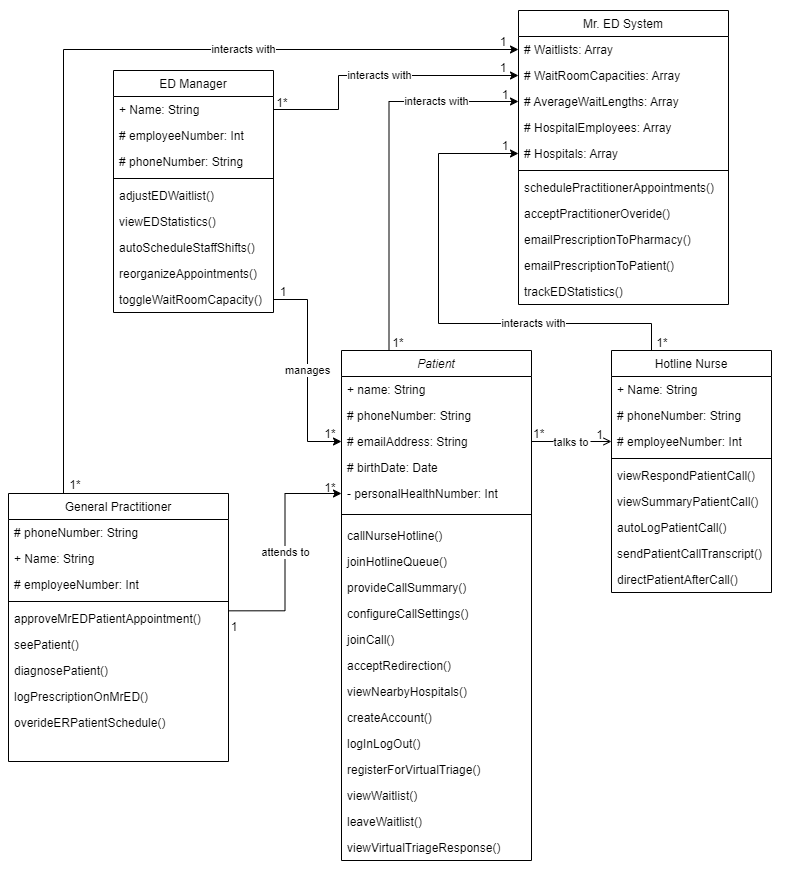
Earlier version of the draw.io export AmirWork/M2/Mister_ED_ClassDiagram.drawio.png (SENG-350-2024-fall/Team9). Source tidied: cells renumbered, new cells last; positions are measured from the earlier drawing's top-left corner, leaving out a move shared by most shapes.
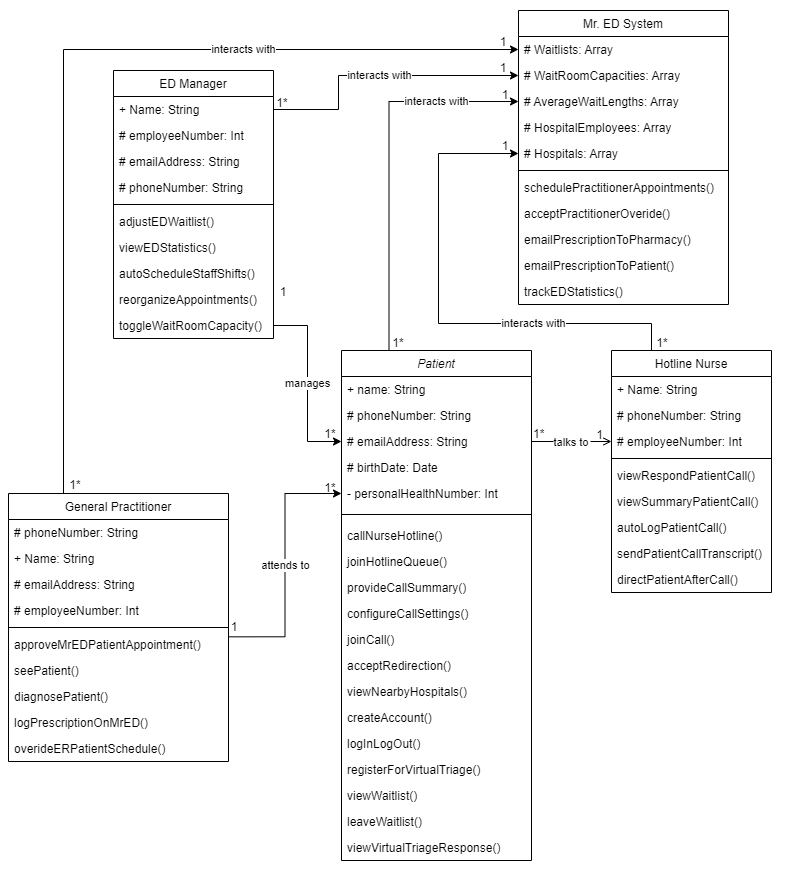
The same diagram one commit later.

What changed in the source:
```diff
@@ -79,7 +79,7 @@
       <mxGeometry y="484" width="190" height="26" as="geometry" />
     </mxCell>
     <mxCell id="26" value="ED Manager" style="swimlane;fontStyle=0;align=center;verticalAlign=top;horizontal=1;startSize=26;rounded=0;shadow=0;strokeWidth=1;" parent="1" vertex="1">
-      <mxGeometry x="113" y="70" width="160" height="242" as="geometry" />
+      <mxGeometry x="113" y="70" width="160" height="268" as="geometry" />
     </mxCell>
     <mxCell id="27" value="+ Name: String" style="text;align=left;verticalAlign=top;spacingLeft=4;spacingRight=4;overflow=hidden;points=[[0,0.5],[1,0.5]];portConstraint=eastwest;" parent="26" vertex="1">
       <mxGeometry y="26" width="160" height="26" as="geometry" />
@@ -87,26 +87,29 @@
     <mxCell id="28" value="# employeeNumber: Int" style="text;align=left;verticalAlign=top;spacingLeft=4;spacingRight=4;overflow=hidden;rounded=0;shadow=0;html=0;" parent="26" vertex="1">
       <mxGeometry y="52" width="160" height="26" as="geometry" />
     </mxCell>
+    <mxCell id="87" value="# emailAddress: String" style="text;align=left;verticalAlign=top;spacingLeft=4;spacingRight=4;overflow=hidden;rounded=0;shadow=0;html=0;" parent="26" vertex="1">
+      <mxGeometry y="78" width="160" height="26" as="geometry" />
+    </mxCell>
     <mxCell id="29" value="# phoneNumber: String" style="text;align=left;verticalAlign=top;spacingLeft=4;spacingRight=4;overflow=hidden;rounded=0;shadow=0;html=0;" parent="26" vertex="1">
-      <mxGeometry y="78" width="160" height="26" as="geometry" />
+      <mxGeometry y="104" width="160" height="26" as="geometry" />
     </mxCell>
     <mxCell id="30" style="line;html=1;strokeWidth=1;align=left;verticalAlign=middle;spacingTop=-1;spacingLeft=3;spacingRight=3;labelPosition=right;" parent="26" vertex="1">
-      <mxGeometry y="104" width="160" height="8" as="geometry" />
+      <mxGeometry y="130" width="160" height="8" as="geometry" />
     </mxCell>
     <mxCell id="31" value="adjustEDWaitlist()&#10;" style="text;align=left;verticalAlign=top;spacingLeft=4;spacingRight=4;overflow=hidden;" parent="26" vertex="1">
-      <mxGeometry y="112" width="160" height="26" as="geometry" />
+      <mxGeometry y="138" width="160" height="26" as="geometry" />
     </mxCell>
     <mxCell id="32" value="viewEDStatistics()&#10;" style="text;align=left;verticalAlign=top;spacingLeft=4;spacingRight=4;overflow=hidden;" parent="26" vertex="1">
-      <mxGeometry y="138" width="160" height="26" as="geometry" />
+      <mxGeometry y="164" width="160" height="26" as="geometry" />
     </mxCell>
     <mxCell id="33" value="autoScheduleStaffShifts()&#10;" style="text;align=left;verticalAlign=top;spacingLeft=4;spacingRight=4;overflow=hidden;" parent="26" vertex="1">
-      <mxGeometry y="164" width="160" height="26" as="geometry" />
+      <mxGeometry y="190" width="160" height="26" as="geometry" />
     </mxCell>
     <mxCell id="34" value="reorganizeAppointments()" style="text;align=left;verticalAlign=top;spacingLeft=4;spacingRight=4;overflow=hidden;" parent="26" vertex="1">
-      <mxGeometry y="190" width="160" height="26" as="geometry" />
+      <mxGeometry y="216" width="160" height="26" as="geometry" />
     </mxCell>
     <mxCell id="35" value="toggleWaitRoomCapacity()" style="text;align=left;verticalAlign=top;spacingLeft=4;spacingRight=4;overflow=hidden;points=[[0,0.5],[1,0.5]];portConstraint=eastwest;" parent="26" vertex="1">
-      <mxGeometry y="216" width="160" height="26" as="geometry" />
+      <mxGeometry y="242" width="160" height="26" as="geometry" />
     </mxCell>
     <mxCell id="36" value="interacts with" style="edgeStyle=orthogonalEdgeStyle;rounded=0;jettySize=auto;html=1;exitX=0.25;exitY=0;exitDx=0;exitDy=0;entryX=0;entryY=0.5;entryDx=0;entryDy=0;" parent="1" edge="1" source="37" target="63">
       <mxGeometry x="-0.41" relative="1" as="geometry">
@@ -159,26 +162,29 @@
     <mxCell id="50" value="+ Name: String" style="text;align=left;verticalAlign=top;spacingLeft=4;spacingRight=4;overflow=hidden;" parent="48" vertex="1">
       <mxGeometry y="52" width="220" height="26" as="geometry" />
     </mxCell>
+    <mxCell id="88" value="# emailAddress: String" style="text;align=left;verticalAlign=top;spacingLeft=4;spacingRight=4;overflow=hidden;rounded=0;shadow=0;html=0;" parent="48" vertex="1">
+      <mxGeometry y="78" width="220" height="26" as="geometry" />
+    </mxCell>
     <mxCell id="51" value="# employeeNumber: Int" style="text;align=left;verticalAlign=top;spacingLeft=4;spacingRight=4;overflow=hidden;rounded=0;shadow=0;html=0;" parent="48" vertex="1">
-      <mxGeometry y="78" width="220" height="26" as="geometry" />
+      <mxGeometry y="104" width="220" height="26" as="geometry" />
     </mxCell>
     <mxCell id="52" style="line;html=1;strokeWidth=1;align=left;verticalAlign=middle;spacingTop=-1;spacingLeft=3;spacingRight=3;labelPosition=right;" parent="48" vertex="1">
-      <mxGeometry y="104" width="220" height="8" as="geometry" />
+      <mxGeometry y="130" width="220" height="8" as="geometry" />
     </mxCell>
     <mxCell id="53" value="approveMrEDPatientAppointment()" style="text;align=left;verticalAlign=top;spacingLeft=4;spacingRight=4;overflow=hidden;points=[[0,0.5],[1,0.5]];portConstraint=eastwest;" parent="48" vertex="1">
-      <mxGeometry y="112" width="220" height="26" as="geometry" />
+      <mxGeometry y="138" width="220" height="26" as="geometry" />
     </mxCell>
     <mxCell id="54" value="seePatient()" style="text;align=left;verticalAlign=top;spacingLeft=4;spacingRight=4;overflow=hidden;" parent="48" vertex="1">
-      <mxGeometry y="138" width="220" height="26" as="geometry" />
+      <mxGeometry y="164" width="220" height="26" as="geometry" />
     </mxCell>
     <mxCell id="55" value="diagnosePatient()" style="text;align=left;verticalAlign=top;spacingLeft=4;spacingRight=4;overflow=hidden;" parent="48" vertex="1">
-      <mxGeometry y="164" width="220" height="26" as="geometry" />
+      <mxGeometry y="190" width="220" height="26" as="geometry" />
     </mxCell>
     <mxCell id="56" value="logPrescriptionOnMrED()" style="text;align=left;verticalAlign=top;spacingLeft=4;spacingRight=4;overflow=hidden;" parent="48" vertex="1">
-      <mxGeometry y="190" width="220" height="26" as="geometry" />
+      <mxGeometry y="216" width="220" height="26" as="geometry" />
     </mxCell>
     <mxCell id="57" value="overideERPatientSchedule()" style="text;align=left;verticalAlign=top;spacingLeft=4;spacingRight=4;overflow=hidden;" parent="48" vertex="1">
-      <mxGeometry y="216" width="220" height="26" as="geometry" />
+      <mxGeometry y="242" width="220" height="26" as="geometry" />
     </mxCell>
     <mxCell id="58" value="Mr. ED System" style="swimlane;fontStyle=0;align=center;verticalAlign=top;horizontal=1;startSize=26;rounded=0;shadow=0;strokeWidth=1;" parent="1" vertex="1">
       <mxGeometry x="518" y="10" width="210" height="294" as="geometry" />
```
